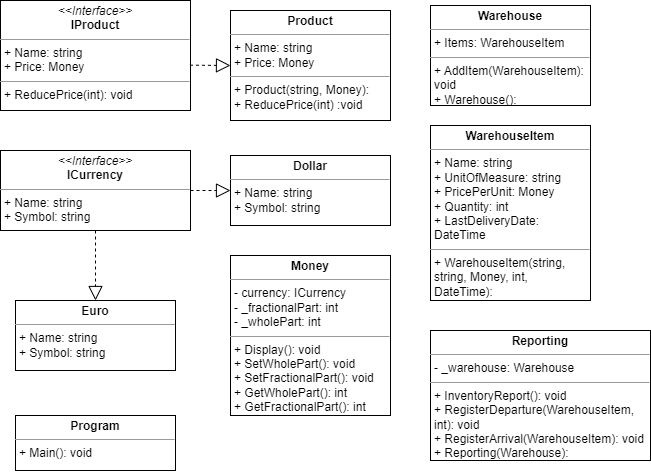
naazarchiik/DesignPatterns keeps this draw.io diagram as Lab1/Lab1Diagram.png. Above is the earlier version. Source tidied: cells renumbered, new cells last; positions are measured from the earlier drawing's top-left corner, leaving out a move shared by most shapes. The source it was exported from:
```xml
<mxGraphModel>
  <root>
    <mxCell id="0" />
    <mxCell id="1" parent="0" />
    <mxCell id="2" value="&lt;p style=&quot;margin:0px;margin-top:4px;text-align:center;&quot;&gt;&lt;i&gt;&amp;lt;&amp;lt;Interface&amp;gt;&amp;gt;&lt;/i&gt;&lt;br&gt;&lt;b&gt;IProduct&lt;/b&gt;&lt;/p&gt;&lt;hr size=&quot;1&quot;&gt;&lt;p style=&quot;margin:0px;margin-left:4px;&quot;&gt;+ Name: string&lt;br&gt;+ Price: Money&lt;/p&gt;&lt;hr size=&quot;1&quot;&gt;&lt;p style=&quot;margin:0px;margin-left:4px;&quot;&gt;+ ReducePrice(int): void&lt;br&gt;&lt;/p&gt;" style="verticalAlign=top;align=left;overflow=fill;fontSize=12;fontFamily=Helvetica;html=1;whiteSpace=wrap;" parent="1" vertex="1">
      <mxGeometry width="190" height="110" as="geometry" />
    </mxCell>
    <mxCell id="3" value="&lt;p style=&quot;margin:0px;margin-top:4px;text-align:center;&quot;&gt;&lt;i&gt;&amp;lt;&amp;lt;Interface&amp;gt;&amp;gt;&lt;/i&gt;&lt;br&gt;&lt;b&gt;ICurrency&lt;/b&gt;&lt;/p&gt;&lt;hr size=&quot;1&quot;&gt;&lt;p style=&quot;margin:0px;margin-left:4px;&quot;&gt;+ Name: string&lt;br&gt;+ Symbol: string&lt;/p&gt;&lt;p style=&quot;margin:0px;margin-left:4px;&quot;&gt;&lt;br&gt;&lt;/p&gt;" style="verticalAlign=top;align=left;overflow=fill;fontSize=12;fontFamily=Helvetica;html=1;whiteSpace=wrap;" parent="1" vertex="1">
      <mxGeometry y="150" width="190" height="80" as="geometry" />
    </mxCell>
    <mxCell id="4" value="&lt;p style=&quot;margin:0px;margin-top:4px;text-align:center;&quot;&gt;&lt;b&gt;Product&lt;/b&gt;&lt;/p&gt;&lt;hr size=&quot;1&quot;&gt;&lt;p style=&quot;margin:0px;margin-left:4px;&quot;&gt;+ Name: string&lt;/p&gt;&lt;p style=&quot;margin:0px;margin-left:4px;&quot;&gt;+ Price: Money&lt;/p&gt;&lt;hr size=&quot;1&quot;&gt;&lt;p style=&quot;margin:0px;margin-left:4px;&quot;&gt;+ Product(string, Money):&amp;nbsp;&lt;/p&gt;&lt;p style=&quot;margin:0px;margin-left:4px;&quot;&gt;+ ReducePrice(int) :void&lt;/p&gt;" style="verticalAlign=top;align=left;overflow=fill;fontSize=12;fontFamily=Helvetica;html=1;whiteSpace=wrap;" parent="1" vertex="1">
      <mxGeometry x="230" y="10" width="160" height="110" as="geometry" />
    </mxCell>
    <mxCell id="5" style="endArrow=block;dashed=1;endFill=0;endSize=12;html=1;rounded=0;exitX=0.997;exitY=0.588;exitDx=0;exitDy=0;exitPerimeter=0;entryX=0;entryY=0.5;entryDx=0;entryDy=0;" parent="1" edge="1" source="2" target="4">
      <mxGeometry relative="1" as="geometry" />
    </mxCell>
    <mxCell id="6" value="&lt;p style=&quot;margin:0px;margin-top:4px;text-align:center;&quot;&gt;&lt;b&gt;Dollar&lt;/b&gt;&lt;/p&gt;&lt;hr size=&quot;1&quot;&gt;&lt;p style=&quot;margin:0px;margin-left:4px;&quot;&gt;+ Name: string&lt;/p&gt;&lt;p style=&quot;margin:0px;margin-left:4px;&quot;&gt;+ Symbol: string&lt;/p&gt;" style="verticalAlign=top;align=left;overflow=fill;fontSize=12;fontFamily=Helvetica;html=1;whiteSpace=wrap;" parent="1" vertex="1">
      <mxGeometry x="230" y="155" width="160" height="70" as="geometry" />
    </mxCell>
    <mxCell id="7" value="&lt;p style=&quot;margin:0px;margin-top:4px;text-align:center;&quot;&gt;&lt;b&gt;Euro&lt;/b&gt;&lt;/p&gt;&lt;hr size=&quot;1&quot;&gt;&lt;p style=&quot;margin:0px;margin-left:4px;&quot;&gt;+ Name: string&lt;/p&gt;&lt;p style=&quot;margin:0px;margin-left:4px;&quot;&gt;+ Symbol: string&lt;/p&gt;" style="verticalAlign=top;align=left;overflow=fill;fontSize=12;fontFamily=Helvetica;html=1;whiteSpace=wrap;" parent="1" vertex="1">
      <mxGeometry x="15" y="300" width="160" height="70" as="geometry" />
    </mxCell>
    <mxCell id="8" style="endArrow=block;dashed=1;endFill=0;endSize=12;html=1;rounded=0;exitX=1;exitY=0.5;exitDx=0;exitDy=0;entryX=0;entryY=0.5;entryDx=0;entryDy=0;" parent="1" edge="1" source="3" target="6">
      <mxGeometry relative="1" as="geometry" />
    </mxCell>
    <mxCell id="9" style="endArrow=block;dashed=1;endFill=0;endSize=12;html=1;rounded=0;exitX=0.5;exitY=1;exitDx=0;exitDy=0;" parent="1" edge="1" source="3" target="7">
      <mxGeometry relative="1" as="geometry" />
    </mxCell>
    <mxCell id="10" value="&lt;p style=&quot;margin:0px;margin-top:4px;text-align:center;&quot;&gt;&lt;b&gt;Money&lt;/b&gt;&lt;/p&gt;&lt;hr size=&quot;1&quot;&gt;&lt;p style=&quot;margin:0px;margin-left:4px;&quot;&gt;- currency: ICurrency&lt;/p&gt;&lt;p style=&quot;margin:0px;margin-left:4px;&quot;&gt;- _fractionalPart: int&lt;/p&gt;&lt;p style=&quot;margin:0px;margin-left:4px;&quot;&gt;- _wholePart: int&lt;/p&gt;&lt;hr size=&quot;1&quot;&gt;&lt;p style=&quot;margin:0px;margin-left:4px;&quot;&gt;+ Display(): void&lt;/p&gt;&lt;p style=&quot;margin:0px;margin-left:4px;&quot;&gt;+ SetWholePart(): void&lt;/p&gt;&lt;p style=&quot;margin:0px;margin-left:4px;&quot;&gt;+ SetFractionalPart(): void&lt;/p&gt;&lt;p style=&quot;border-color: var(--border-color); margin: 0px 0px 0px 4px;&quot;&gt;+ GetWholePart(): int&lt;/p&gt;&lt;p style=&quot;border-color: var(--border-color); margin: 0px 0px 0px 4px;&quot;&gt;+ GetFractionalPart(): int&lt;/p&gt;&lt;p style=&quot;margin:0px;margin-left:4px;&quot;&gt;&lt;br&gt;&lt;/p&gt;" style="verticalAlign=top;align=left;overflow=fill;fontSize=12;fontFamily=Helvetica;html=1;whiteSpace=wrap;" parent="1" vertex="1">
      <mxGeometry x="230" y="255" width="160" height="160" as="geometry" />
    </mxCell>
    <mxCell id="11" value="&lt;p style=&quot;margin:0px;margin-top:4px;text-align:center;&quot;&gt;&lt;b&gt;Warehouse&lt;/b&gt;&lt;/p&gt;&lt;hr size=&quot;1&quot;&gt;&lt;p style=&quot;margin:0px;margin-left:4px;&quot;&gt;+ Items: WarehouseItem&lt;/p&gt;&lt;hr size=&quot;1&quot;&gt;&lt;p style=&quot;margin:0px;margin-left:4px;&quot;&gt;+ AddItem(WarehouseItem): void&lt;/p&gt;&lt;p style=&quot;margin:0px;margin-left:4px;&quot;&gt;+ Warehouse():&amp;nbsp;&lt;/p&gt;&lt;p style=&quot;margin:0px;margin-left:4px;&quot;&gt;&lt;br&gt;&lt;/p&gt;" style="verticalAlign=top;align=left;overflow=fill;fontSize=12;fontFamily=Helvetica;html=1;whiteSpace=wrap;" parent="1" vertex="1">
      <mxGeometry x="430" y="5" width="160" height="100" as="geometry" />
    </mxCell>
    <mxCell id="12" value="&lt;p style=&quot;margin:0px;margin-top:4px;text-align:center;&quot;&gt;&lt;b&gt;WarehouseItem&lt;/b&gt;&lt;/p&gt;&lt;hr size=&quot;1&quot;&gt;&lt;p style=&quot;margin:0px;margin-left:4px;&quot;&gt;+ Name: string&lt;/p&gt;&lt;p style=&quot;margin:0px;margin-left:4px;&quot;&gt;+ UnitOfMeasure: string&lt;/p&gt;&lt;p style=&quot;margin:0px;margin-left:4px;&quot;&gt;+ PricePerUnit: Money&lt;/p&gt;&lt;p style=&quot;margin:0px;margin-left:4px;&quot;&gt;+ Quantity: int&lt;/p&gt;&lt;p style=&quot;margin:0px;margin-left:4px;&quot;&gt;+ LastDeliveryDate: DateTime&lt;/p&gt;&lt;hr size=&quot;1&quot;&gt;&lt;p style=&quot;margin:0px;margin-left:4px;&quot;&gt;+ WarehouseItem(string, string, Money, int, DateTime):&lt;/p&gt;" style="verticalAlign=top;align=left;overflow=fill;fontSize=12;fontFamily=Helvetica;html=1;whiteSpace=wrap;" parent="1" vertex="1">
      <mxGeometry x="430" y="125" width="160" height="175" as="geometry" />
    </mxCell>
    <mxCell id="13" value="&lt;p style=&quot;margin:0px;margin-top:4px;text-align:center;&quot;&gt;&lt;b&gt;Reporting&lt;/b&gt;&lt;/p&gt;&lt;hr size=&quot;1&quot;&gt;&lt;p style=&quot;margin:0px;margin-left:4px;&quot;&gt;- _warehouse: Warehouse&lt;/p&gt;&lt;hr size=&quot;1&quot;&gt;&lt;p style=&quot;margin:0px;margin-left:4px;&quot;&gt;+ InventoryReport(): void&lt;/p&gt;&lt;p style=&quot;margin:0px;margin-left:4px;&quot;&gt;+&amp;nbsp;RegisterDeparture(WarehouseItem, int): void&lt;/p&gt;&lt;p style=&quot;margin:0px;margin-left:4px;&quot;&gt;+&amp;nbsp;RegisterArrival(WarehouseItem): void&lt;/p&gt;&lt;p style=&quot;margin:0px;margin-left:4px;&quot;&gt;+ Reporting(Warehouse):&lt;/p&gt;" style="verticalAlign=top;align=left;overflow=fill;fontSize=12;fontFamily=Helvetica;html=1;whiteSpace=wrap;" parent="1" vertex="1">
      <mxGeometry x="430" y="330" width="220" height="130" as="geometry" />
    </mxCell>
    <mxCell id="14" value="&lt;p style=&quot;margin:0px;margin-top:4px;text-align:center;&quot;&gt;&lt;b&gt;Program&lt;/b&gt;&lt;/p&gt;&lt;hr size=&quot;1&quot;&gt;&lt;p style=&quot;margin:0px;margin-left:4px;&quot;&gt;+ Main(): void&lt;/p&gt;" style="verticalAlign=top;align=left;overflow=fill;fontSize=12;fontFamily=Helvetica;html=1;whiteSpace=wrap;" parent="1" vertex="1">
      <mxGeometry x="15" y="415" width="160" height="55" as="geometry" />
    </mxCell>
  </root>
</mxGraphModel>
```
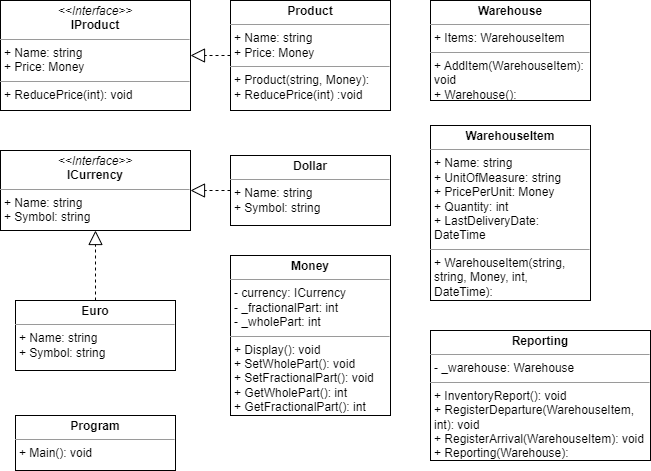
After the change.

The edit, as a diff of the source:
```diff
@@ -9,9 +9,9 @@
       <mxGeometry y="150" width="190" height="80" as="geometry" />
     </mxCell>
     <mxCell id="4" value="&lt;p style=&quot;margin:0px;margin-top:4px;text-align:center;&quot;&gt;&lt;b&gt;Product&lt;/b&gt;&lt;/p&gt;&lt;hr size=&quot;1&quot;&gt;&lt;p style=&quot;margin:0px;margin-left:4px;&quot;&gt;+ Name: string&lt;/p&gt;&lt;p style=&quot;margin:0px;margin-left:4px;&quot;&gt;+ Price: Money&lt;/p&gt;&lt;hr size=&quot;1&quot;&gt;&lt;p style=&quot;margin:0px;margin-left:4px;&quot;&gt;+ Product(string, Money):&amp;nbsp;&lt;/p&gt;&lt;p style=&quot;margin:0px;margin-left:4px;&quot;&gt;+ ReducePrice(int) :void&lt;/p&gt;" style="verticalAlign=top;align=left;overflow=fill;fontSize=12;fontFamily=Helvetica;html=1;whiteSpace=wrap;" parent="1" vertex="1">
-      <mxGeometry x="230" y="10" width="160" height="110" as="geometry" />
+      <mxGeometry x="230" width="160" height="110" as="geometry" />
     </mxCell>
-    <mxCell id="5" style="endArrow=block;dashed=1;endFill=0;endSize=12;html=1;rounded=0;exitX=0.997;exitY=0.588;exitDx=0;exitDy=0;exitPerimeter=0;entryX=0;entryY=0.5;entryDx=0;entryDy=0;" parent="1" edge="1" source="2" target="4">
+    <mxCell id="5" style="endArrow=block;dashed=1;endFill=0;endSize=12;html=1;rounded=0;entryX=1;entryY=0.5;entryDx=0;entryDy=0;exitX=0;exitY=0.5;exitDx=0;exitDy=0;" parent="1" edge="1" source="4" target="2">
       <mxGeometry relative="1" as="geometry" />
     </mxCell>
     <mxCell id="6" value="&lt;p style=&quot;margin:0px;margin-top:4px;text-align:center;&quot;&gt;&lt;b&gt;Dollar&lt;/b&gt;&lt;/p&gt;&lt;hr size=&quot;1&quot;&gt;&lt;p style=&quot;margin:0px;margin-left:4px;&quot;&gt;+ Name: string&lt;/p&gt;&lt;p style=&quot;margin:0px;margin-left:4px;&quot;&gt;+ Symbol: string&lt;/p&gt;" style="verticalAlign=top;align=left;overflow=fill;fontSize=12;fontFamily=Helvetica;html=1;whiteSpace=wrap;" parent="1" vertex="1">
@@ -20,17 +20,17 @@
     <mxCell id="7" value="&lt;p style=&quot;margin:0px;margin-top:4px;text-align:center;&quot;&gt;&lt;b&gt;Euro&lt;/b&gt;&lt;/p&gt;&lt;hr size=&quot;1&quot;&gt;&lt;p style=&quot;margin:0px;margin-left:4px;&quot;&gt;+ Name: string&lt;/p&gt;&lt;p style=&quot;margin:0px;margin-left:4px;&quot;&gt;+ Symbol: string&lt;/p&gt;" style="verticalAlign=top;align=left;overflow=fill;fontSize=12;fontFamily=Helvetica;html=1;whiteSpace=wrap;" parent="1" vertex="1">
       <mxGeometry x="15" y="300" width="160" height="70" as="geometry" />
     </mxCell>
-    <mxCell id="8" style="endArrow=block;dashed=1;endFill=0;endSize=12;html=1;rounded=0;exitX=1;exitY=0.5;exitDx=0;exitDy=0;entryX=0;entryY=0.5;entryDx=0;entryDy=0;" parent="1" edge="1" source="3" target="6">
+    <mxCell id="8" style="endArrow=block;dashed=1;endFill=0;endSize=12;html=1;rounded=0;entryX=1;entryY=0.5;entryDx=0;entryDy=0;exitX=0;exitY=0.5;exitDx=0;exitDy=0;" parent="1" edge="1" source="6" target="3">
       <mxGeometry relative="1" as="geometry" />
     </mxCell>
-    <mxCell id="9" style="endArrow=block;dashed=1;endFill=0;endSize=12;html=1;rounded=0;exitX=0.5;exitY=1;exitDx=0;exitDy=0;" parent="1" edge="1" source="3" target="7">
+    <mxCell id="9" style="endArrow=block;dashed=1;endFill=0;endSize=12;html=1;rounded=0;entryX=0.5;entryY=1;entryDx=0;entryDy=0;exitX=0.5;exitY=0;exitDx=0;exitDy=0;" parent="1" edge="1" source="7" target="3">
       <mxGeometry relative="1" as="geometry" />
     </mxCell>
     <mxCell id="10" value="&lt;p style=&quot;margin:0px;margin-top:4px;text-align:center;&quot;&gt;&lt;b&gt;Money&lt;/b&gt;&lt;/p&gt;&lt;hr size=&quot;1&quot;&gt;&lt;p style=&quot;margin:0px;margin-left:4px;&quot;&gt;- currency: ICurrency&lt;/p&gt;&lt;p style=&quot;margin:0px;margin-left:4px;&quot;&gt;- _fractionalPart: int&lt;/p&gt;&lt;p style=&quot;margin:0px;margin-left:4px;&quot;&gt;- _wholePart: int&lt;/p&gt;&lt;hr size=&quot;1&quot;&gt;&lt;p style=&quot;margin:0px;margin-left:4px;&quot;&gt;+ Display(): void&lt;/p&gt;&lt;p style=&quot;margin:0px;margin-left:4px;&quot;&gt;+ SetWholePart(): void&lt;/p&gt;&lt;p style=&quot;margin:0px;margin-left:4px;&quot;&gt;+ SetFractionalPart(): void&lt;/p&gt;&lt;p style=&quot;border-color: var(--border-color); margin: 0px 0px 0px 4px;&quot;&gt;+ GetWholePart(): int&lt;/p&gt;&lt;p style=&quot;border-color: var(--border-color); margin: 0px 0px 0px 4px;&quot;&gt;+ GetFractionalPart(): int&lt;/p&gt;&lt;p style=&quot;margin:0px;margin-left:4px;&quot;&gt;&lt;br&gt;&lt;/p&gt;" style="verticalAlign=top;align=left;overflow=fill;fontSize=12;fontFamily=Helvetica;html=1;whiteSpace=wrap;" parent="1" vertex="1">
       <mxGeometry x="230" y="255" width="160" height="160" as="geometry" />
     </mxCell>
     <mxCell id="11" value="&lt;p style=&quot;margin:0px;margin-top:4px;text-align:center;&quot;&gt;&lt;b&gt;Warehouse&lt;/b&gt;&lt;/p&gt;&lt;hr size=&quot;1&quot;&gt;&lt;p style=&quot;margin:0px;margin-left:4px;&quot;&gt;+ Items: WarehouseItem&lt;/p&gt;&lt;hr size=&quot;1&quot;&gt;&lt;p style=&quot;margin:0px;margin-left:4px;&quot;&gt;+ AddItem(WarehouseItem): void&lt;/p&gt;&lt;p style=&quot;margin:0px;margin-left:4px;&quot;&gt;+ Warehouse():&amp;nbsp;&lt;/p&gt;&lt;p style=&quot;margin:0px;margin-left:4px;&quot;&gt;&lt;br&gt;&lt;/p&gt;" style="verticalAlign=top;align=left;overflow=fill;fontSize=12;fontFamily=Helvetica;html=1;whiteSpace=wrap;" parent="1" vertex="1">
-      <mxGeometry x="430" y="5" width="160" height="100" as="geometry" />
+      <mxGeometry x="430" width="160" height="100" as="geometry" />
     </mxCell>
     <mxCell id="12" value="&lt;p style=&quot;margin:0px;margin-top:4px;text-align:center;&quot;&gt;&lt;b&gt;WarehouseItem&lt;/b&gt;&lt;/p&gt;&lt;hr size=&quot;1&quot;&gt;&lt;p style=&quot;margin:0px;margin-left:4px;&quot;&gt;+ Name: string&lt;/p&gt;&lt;p style=&quot;margin:0px;margin-left:4px;&quot;&gt;+ UnitOfMeasure: string&lt;/p&gt;&lt;p style=&quot;margin:0px;margin-left:4px;&quot;&gt;+ PricePerUnit: Money&lt;/p&gt;&lt;p style=&quot;margin:0px;margin-left:4px;&quot;&gt;+ Quantity: int&lt;/p&gt;&lt;p style=&quot;margin:0px;margin-left:4px;&quot;&gt;+ LastDeliveryDate: DateTime&lt;/p&gt;&lt;hr size=&quot;1&quot;&gt;&lt;p style=&quot;margin:0px;margin-left:4px;&quot;&gt;+ WarehouseItem(string, string, Money, int, DateTime):&lt;/p&gt;" style="verticalAlign=top;align=left;overflow=fill;fontSize=12;fontFamily=Helvetica;html=1;whiteSpace=wrap;" parent="1" vertex="1">
       <mxGeometry x="430" y="125" width="160" height="175" as="geometry" />
```
